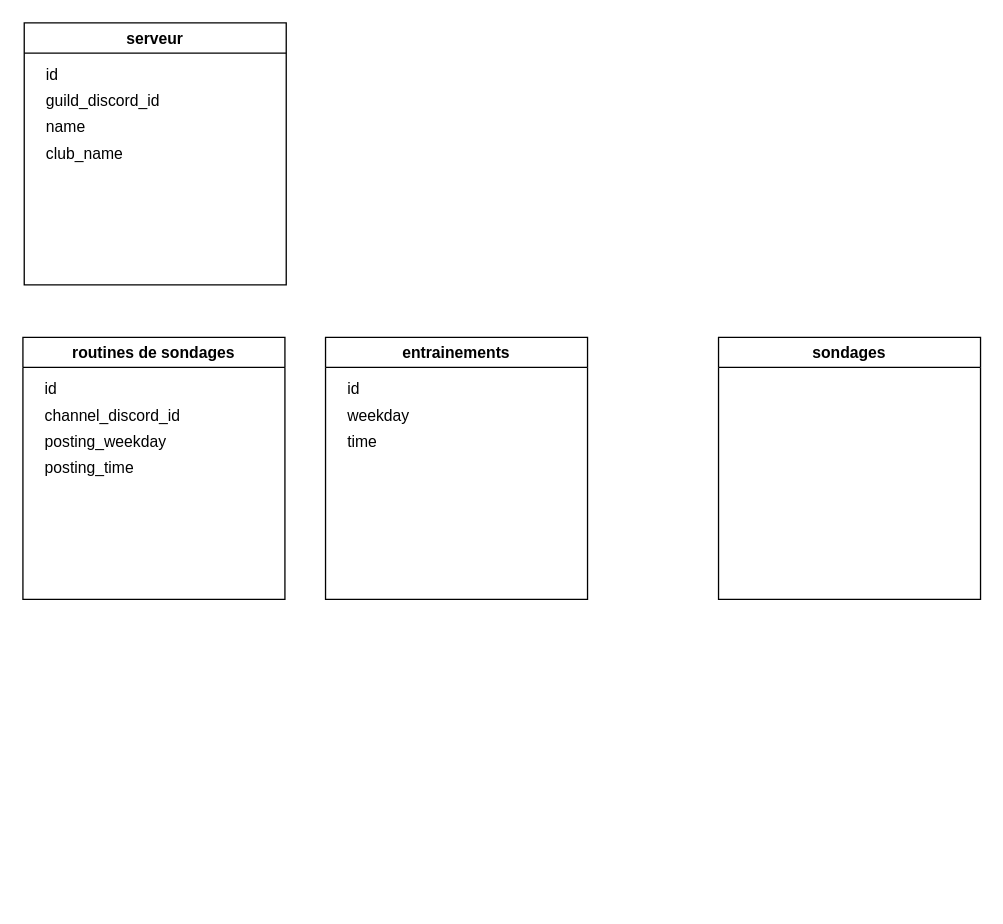
schermanu/UltiBot keeps this draw.io diagram as Untitled Diagram.drawio. Above is the earlier version. Source tidied: cells renumbered, new cells numbered last; positions are measured from the earlier drawing's top-left corner, leaving out a move shared by most shapes. Both pictures are drawn from the tidied source at 131%, with x=0, y=0 at pixel (22, 22).
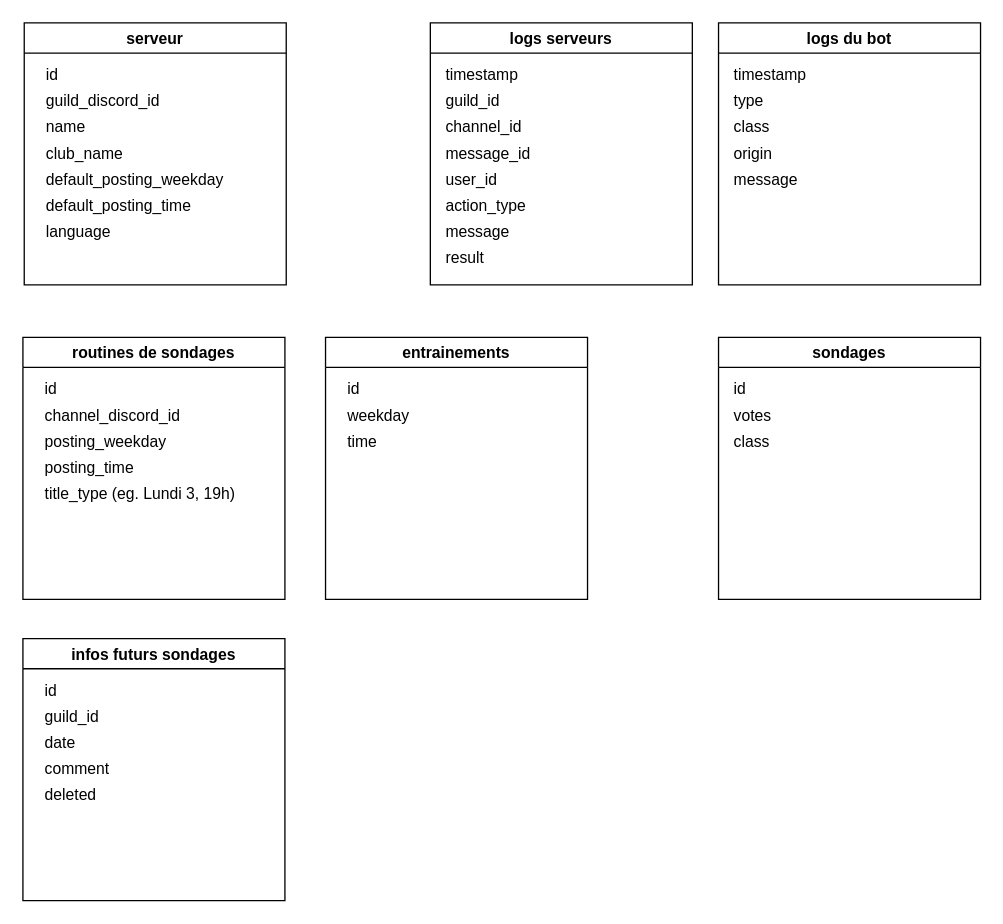
The same diagram, later.

Unchanged cells that the change refers to:
```xml
<mxCell id="2" value="serveur" style="swimlane;" parent="1" vertex="1">
  <mxGeometry x="1" width="200" height="200" as="geometry" />
</mxCell>
<mxCell id="7" value="routines de sondages" style="swimlane;" parent="1" vertex="1">
  <mxGeometry y="240" width="200" height="200" as="geometry" />
</mxCell>
<mxCell id="12" value="sondages" style="swimlane;" parent="1" vertex="1">
  <mxGeometry x="531" y="240" width="200" height="200" as="geometry" />
</mxCell>
```

Diff of the diagram source:
```diff
@@
+    <mxCell id="17" value="default_posting_weekday" style="text;html=1;align=left;verticalAlign=middle;strokeColor=none;fillColor=none;" parent="2" vertex="1">
+      <mxGeometry x="15" y="110" width="160" height="20" as="geometry" />
+    </mxCell>
+    <mxCell id="18" value="default_posting_time" style="text;html=1;align=left;verticalAlign=middle;strokeColor=none;fillColor=none;" parent="2" vertex="1">
+      <mxGeometry x="15" y="130" width="130" height="20" as="geometry" />
+    </mxCell>
+    <mxCell id="19" value="language" style="text;html=1;align=left;verticalAlign=middle;strokeColor=none;fillColor=none;" parent="2" vertex="1">
+      <mxGeometry x="15" y="150" width="70" height="20" as="geometry" />
+    </mxCell>
@@
+    <mxCell id="20" value="title_type (eg. Lundi 3, 19h)" style="text;html=1;align=left;verticalAlign=middle;strokeColor=none;fillColor=none;" parent="7" vertex="1">
+      <mxGeometry x="15" y="110" width="160" height="20" as="geometry" />
+    </mxCell>
@@
+    <mxCell id="21" value="id" style="text;html=1;align=left;verticalAlign=middle;strokeColor=none;fillColor=none;" parent="12" vertex="1">
+      <mxGeometry x="10" y="30" width="30" height="20" as="geometry" />
+    </mxCell>
+    <mxCell id="22" value="votes" style="text;html=1;align=left;verticalAlign=middle;strokeColor=none;fillColor=none;" parent="12" vertex="1">
+      <mxGeometry x="10" y="50" width="40" height="20" as="geometry" />
+    </mxCell>
+    <mxCell id="23" value="class" style="text;html=1;align=left;verticalAlign=middle;strokeColor=none;fillColor=none;" parent="12" vertex="1">
+      <mxGeometry x="10" y="70" width="50" height="20" as="geometry" />
+    </mxCell>
@@
+    <mxCell id="24" value="logs du bot" style="swimlane;" parent="1" vertex="1">
+      <mxGeometry x="531" width="200" height="200" as="geometry" />
+    </mxCell>
+    <mxCell id="25" value="timestamp" style="text;html=1;align=left;verticalAlign=middle;strokeColor=none;fillColor=none;" parent="24" vertex="1">
+      <mxGeometry x="10" y="30" width="70" height="20" as="geometry" />
+    </mxCell>
+    <mxCell id="26" value="type" style="text;html=1;align=left;verticalAlign=middle;strokeColor=none;fillColor=none;" parent="24" vertex="1">
+      <mxGeometry x="10" y="50" width="40" height="20" as="geometry" />
+    </mxCell>
+    <mxCell id="27" value="class" style="text;html=1;align=left;verticalAlign=middle;strokeColor=none;fillColor=none;" parent="24" vertex="1">
+      <mxGeometry x="10" y="70" width="50" height="20" as="geometry" />
+    </mxCell>
+    <mxCell id="28" value="origin" style="text;html=1;align=left;verticalAlign=middle;strokeColor=none;fillColor=none;" parent="24" vertex="1">
+      <mxGeometry x="10" y="90" width="50" height="20" as="geometry" />
+    </mxCell>
+    <mxCell id="29" value="message" style="text;html=1;align=left;verticalAlign=middle;strokeColor=none;fillColor=none;" parent="24" vertex="1">
+      <mxGeometry x="10" y="110" width="70" height="20" as="geometry" />
+    </mxCell>
+    <mxCell id="30" value="logs serveurs" style="swimlane;" parent="1" vertex="1">
+      <mxGeometry x="311" width="200" height="200" as="geometry" />
+    </mxCell>
+    <mxCell id="31" value="timestamp" style="text;html=1;align=left;verticalAlign=middle;strokeColor=none;fillColor=none;" parent="30" vertex="1">
+      <mxGeometry x="10" y="30" width="70" height="20" as="geometry" />
+    </mxCell>
+    <mxCell id="32" value="guild_id" style="text;html=1;align=left;verticalAlign=middle;strokeColor=none;fillColor=none;" parent="30" vertex="1">
+      <mxGeometry x="10" y="50" width="60" height="20" as="geometry" />
+    </mxCell>
+    <mxCell id="33" value="channel_id" style="text;html=1;align=left;verticalAlign=middle;strokeColor=none;fillColor=none;" parent="30" vertex="1">
+      <mxGeometry x="10" y="70" width="80" height="20" as="geometry" />
+    </mxCell>
+    <mxCell id="34" value="message_id" style="text;html=1;align=left;verticalAlign=middle;strokeColor=none;fillColor=none;" parent="30" vertex="1">
+      <mxGeometry x="10" y="90" width="90" height="20" as="geometry" />
+    </mxCell>
+    <mxCell id="35" value="user_id" style="text;html=1;align=left;verticalAlign=middle;strokeColor=none;fillColor=none;" parent="30" vertex="1">
+      <mxGeometry x="10" y="110" width="60" height="20" as="geometry" />
+    </mxCell>
+    <mxCell id="36" value="action_type" style="text;html=1;align=left;verticalAlign=middle;strokeColor=none;fillColor=none;" parent="30" vertex="1">
+      <mxGeometry x="10" y="130" width="80" height="20" as="geometry" />
+    </mxCell>
+    <mxCell id="37" value="message" style="text;html=1;align=left;verticalAlign=middle;strokeColor=none;fillColor=none;" parent="30" vertex="1">
+      <mxGeometry x="10" y="150" width="70" height="20" as="geometry" />
+    </mxCell>
+    <mxCell id="38" value="result" style="text;html=1;align=left;verticalAlign=middle;strokeColor=none;fillColor=none;" parent="30" vertex="1">
+      <mxGeometry x="10" y="170" width="50" height="20" as="geometry" />
+    </mxCell>
+    <mxCell id="39" value="infos futurs sondages" style="swimlane;" parent="1" vertex="1">
+      <mxGeometry y="470" width="200" height="200" as="geometry" />
+    </mxCell>
+    <mxCell id="40" value="guild_id" style="text;html=1;align=left;verticalAlign=middle;strokeColor=none;fillColor=none;" parent="39" vertex="1">
+      <mxGeometry x="15" y="50" width="60" height="20" as="geometry" />
+    </mxCell>
+    <mxCell id="41" value="date" style="text;html=1;align=left;verticalAlign=middle;strokeColor=none;fillColor=none;" parent="39" vertex="1">
+      <mxGeometry x="15" y="70" width="40" height="20" as="geometry" />
+    </mxCell>
+    <mxCell id="42" value="&lt;div align=&quot;left&quot;&gt;id&lt;/div&gt;" style="text;html=1;align=left;verticalAlign=middle;strokeColor=none;fillColor=none;" parent="39" vertex="1">
+      <mxGeometry x="15" y="30" width="30" height="20" as="geometry" />
+    </mxCell>
+    <mxCell id="43" value="comment" style="text;html=1;align=left;verticalAlign=middle;strokeColor=none;fillColor=none;" parent="39" vertex="1">
+      <mxGeometry x="15" y="90" width="70" height="20" as="geometry" />
+    </mxCell>
+    <mxCell id="44" value="deleted" style="text;html=1;align=left;verticalAlign=middle;strokeColor=none;fillColor=none;" parent="39" vertex="1">
+      <mxGeometry x="15" y="110" width="60" height="20" as="geometry" />
+    </mxCell>
```
